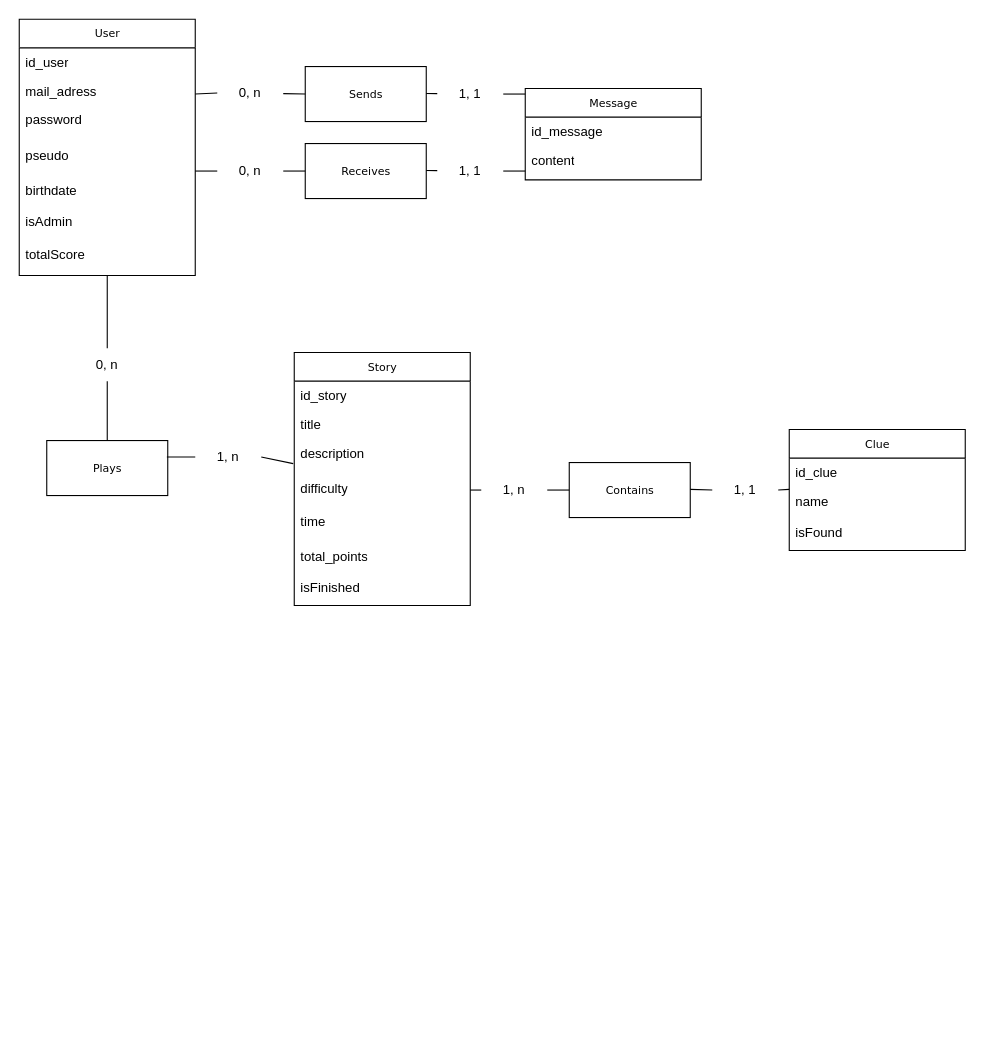
Above: public/MCD_Interface.drawio in EnguerranSGG/Escape_Game_Project (draw.io), before the change. Source tidied: cells renumbered, new cells numbered last; positions are measured from the earlier drawing's top-left corner, leaving out a move shared by most shapes. Both pictures are drawn from the tidied source at 110%, with x=0, y=0 at pixel (19, 19).
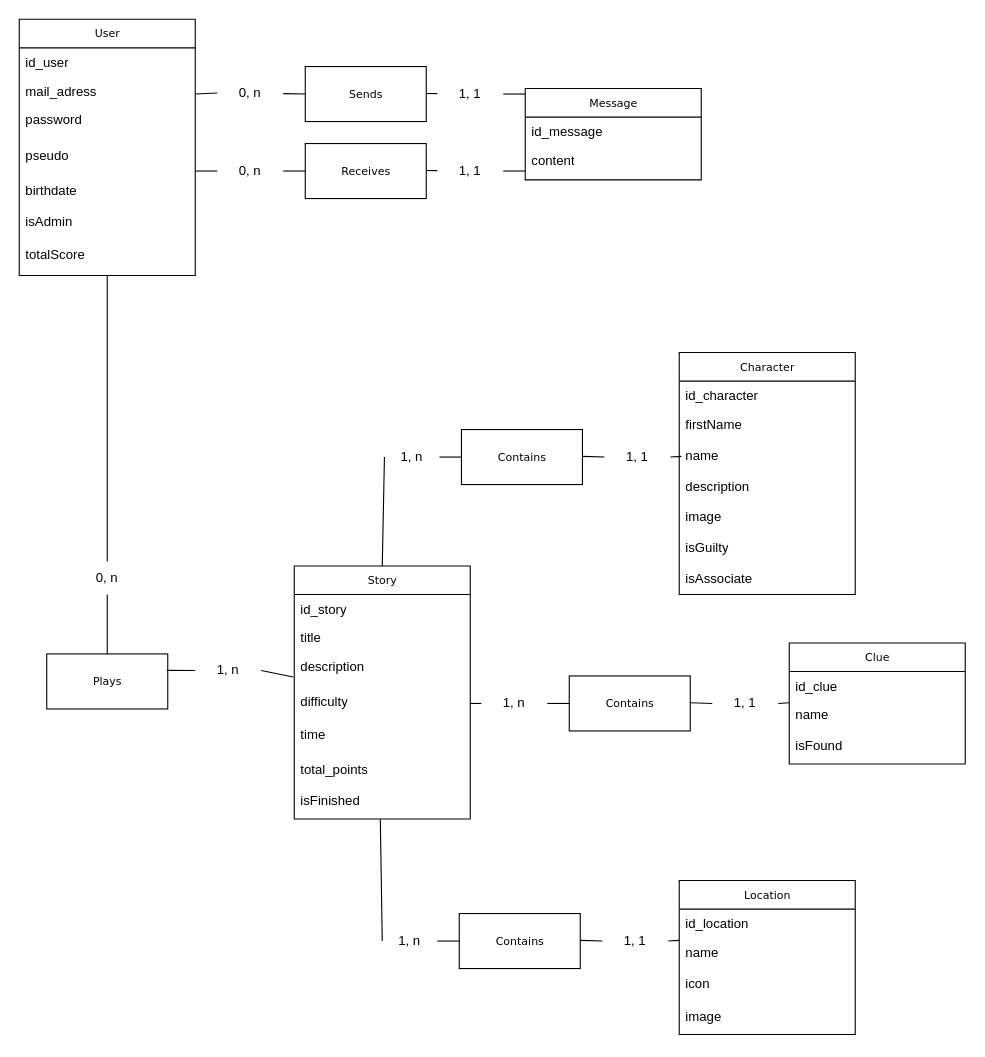
After the change.

Commit message:
Terminate MCD

Unchanged cells that the change refers to:
```xml
<mxCell id="26" value="isFinished" style="text;html=1;strokeColor=none;fillColor=none;align=left;verticalAlign=top;spacingLeft=4;spacingRight=4;whiteSpace=wrap;overflow=hidden;points=[[0,0.5],[1,0.5]];portConstraint=eastwest;" parent="19" vertex="1">
  <mxGeometry y="200" width="160" height="28" as="geometry" />
</mxCell>
```

Diff of the diagram source:
```diff
@@
     <mxCell id="19" value="Story" style="swimlane;html=1;fontStyle=0;horizontal=1;startSize=26;fillColor=none;swimlaneFillColor=#ffffff;rounded=0;shadow=0;comic=0;labelBackgroundColor=none;strokeWidth=1;fontFamily=Verdana;fontSize=10;align=center;" parent="1" vertex="1">
-      <mxGeometry x="250" y="303" width="160" height="230" as="geometry" />
+      <mxGeometry x="250" y="497" width="160" height="230" as="geometry" />
     </mxCell>
@@
     <mxCell id="27" value="Plays" style="html=1;rounded=0;shadow=0;comic=0;labelBackgroundColor=none;strokeWidth=1;fontFamily=Verdana;fontSize=10;align=center;" parent="1" vertex="1">
-      <mxGeometry x="25" y="383" width="110" height="50" as="geometry" />
+      <mxGeometry x="25" y="577" width="110" height="50" as="geometry" />
     </mxCell>
@@
     <mxCell id="30" value="0, n " style="text;html=1;align=center;verticalAlign=middle;whiteSpace=wrap;rounded=0;" parent="1" vertex="1">
-      <mxGeometry x="50" y="299" width="60" height="30" as="geometry" />
+      <mxGeometry x="50" y="493" width="60" height="30" as="geometry" />
     </mxCell>
@@
     <mxCell id="41" value="&lt;div&gt;1, n &lt;/div&gt;" style="text;html=1;align=center;verticalAlign=middle;whiteSpace=wrap;rounded=0;" parent="1" vertex="1">
-      <mxGeometry x="160" y="383" width="60" height="30" as="geometry" />
+      <mxGeometry x="160" y="577" width="60" height="30" as="geometry" />
     </mxCell>
     <mxCell id="42" value="Contains" style="html=1;rounded=0;shadow=0;comic=0;labelBackgroundColor=none;strokeWidth=1;fontFamily=Verdana;fontSize=10;align=center;" parent="1" vertex="1">
-      <mxGeometry x="500" y="403" width="110" height="50" as="geometry" />
+      <mxGeometry x="500" y="597" width="110" height="50" as="geometry" />
     </mxCell>
     <mxCell id="43" value="Clue" style="swimlane;html=1;fontStyle=0;horizontal=1;startSize=26;fillColor=none;swimlaneFillColor=#ffffff;rounded=0;shadow=0;comic=0;labelBackgroundColor=none;strokeWidth=1;fontFamily=Verdana;fontSize=10;align=center;" parent="1" vertex="1">
-      <mxGeometry x="700" y="373" width="160" height="110" as="geometry" />
+      <mxGeometry x="700" y="567" width="160" height="110" as="geometry" />
     </mxCell>
@@
     <mxCell id="48" style="endArrow=none;html=1;rounded=0;entryX=0;entryY=0.5;entryDx=0;entryDy=0;exitX=1;exitY=0.5;exitDx=0;exitDy=0;" parent="1" edge="1" source="52">
       <mxGeometry relative="1" as="geometry">
-        <mxPoint x="700" y="427.4" as="targetPoint" />
+        <mxPoint x="700" y="621.4" as="targetPoint" />
       </mxGeometry>
     </mxCell>
@@
     <mxCell id="50" value="&lt;div&gt;1, n &lt;/div&gt;" style="text;html=1;align=center;verticalAlign=middle;whiteSpace=wrap;rounded=0;" parent="1" vertex="1">
-      <mxGeometry x="420" y="413" width="60" height="30" as="geometry" />
+      <mxGeometry x="420" y="607" width="60" height="30" as="geometry" />
     </mxCell>
     <mxCell id="51" style="endArrow=none;html=1;rounded=0;entryX=0;entryY=0.5;entryDx=0;entryDy=0;exitX=1;exitY=0.5;exitDx=0;exitDy=0;" parent="1" edge="1" target="52">
       <mxGeometry relative="1" as="geometry">
-        <mxPoint x="610" y="427.4" as="sourcePoint" />
+        <mxPoint x="610" y="621.4" as="sourcePoint" />
       </mxGeometry>
     </mxCell>
     <mxCell id="52" value="&lt;div&gt;1, 1 &lt;/div&gt;" style="text;html=1;align=center;verticalAlign=middle;whiteSpace=wrap;rounded=0;" parent="1" vertex="1">
-      <mxGeometry x="630" y="413" width="60" height="30" as="geometry" />
+      <mxGeometry x="630" y="607" width="60" height="30" as="geometry" />
     </mxCell>
+    <mxCell id="53" value="Contains" style="html=1;rounded=0;shadow=0;comic=0;labelBackgroundColor=none;strokeWidth=1;fontFamily=Verdana;fontSize=10;align=center;" parent="1" vertex="1">
+      <mxGeometry x="400" y="813" width="110" height="50" as="geometry" />
+    </mxCell>
+    <mxCell id="54" value="Location" style="swimlane;html=1;fontStyle=0;horizontal=1;startSize=26;fillColor=none;swimlaneFillColor=#ffffff;rounded=0;shadow=0;comic=0;labelBackgroundColor=none;strokeWidth=1;fontFamily=Verdana;fontSize=10;align=center;" parent="1" vertex="1">
+      <mxGeometry x="600" y="783" width="160" height="140" as="geometry" />
+    </mxCell>
+    <mxCell id="55" value="id_location" style="text;html=1;strokeColor=none;fillColor=none;align=left;verticalAlign=top;spacingLeft=4;spacingRight=4;whiteSpace=wrap;overflow=hidden;" parent="54" vertex="1">
+      <mxGeometry y="26" width="160" height="26" as="geometry" />
+    </mxCell>
+    <mxCell id="56" value="name" style="text;html=1;strokeColor=none;fillColor=none;align=left;verticalAlign=top;spacingLeft=4;spacingRight=4;whiteSpace=wrap;overflow=hidden;" parent="54" vertex="1">
+      <mxGeometry y="52" width="160" height="28" as="geometry" />
+    </mxCell>
+    <mxCell id="57" value="icon" style="text;html=1;strokeColor=none;fillColor=none;align=left;verticalAlign=top;spacingLeft=4;spacingRight=4;whiteSpace=wrap;overflow=hidden;" parent="54" vertex="1">
+      <mxGeometry y="80" width="160" height="30" as="geometry" />
+    </mxCell>
+    <mxCell id="58" value="image" style="text;html=1;strokeColor=none;fillColor=none;align=left;verticalAlign=top;spacingLeft=4;spacingRight=4;whiteSpace=wrap;overflow=hidden;" parent="54" vertex="1">
+      <mxGeometry y="110" width="160" height="30" as="geometry" />
+    </mxCell>
+    <mxCell id="59" style="endArrow=none;html=1;rounded=0;entryX=0;entryY=0.5;entryDx=0;entryDy=0;exitX=1;exitY=0.5;exitDx=0;exitDy=0;" parent="1" edge="1" source="62" target="53">
+      <mxGeometry relative="1" as="geometry" />
+    </mxCell>
+    <mxCell id="60" style="endArrow=none;html=1;rounded=0;entryX=0;entryY=0.5;entryDx=0;entryDy=0;exitX=1;exitY=0.5;exitDx=0;exitDy=0;" parent="1" edge="1" source="64">
+      <mxGeometry relative="1" as="geometry">
+        <mxPoint x="600" y="837.4" as="targetPoint" />
+      </mxGeometry>
+    </mxCell>
+    <mxCell id="61" style="endArrow=none;html=1;rounded=0;entryX=0;entryY=0.5;entryDx=0;entryDy=0;exitX=0.489;exitY=1.085;exitDx=0;exitDy=0;exitPerimeter=0;" parent="1" edge="1" source="26" target="62">
+      <mxGeometry relative="1" as="geometry" />
+    </mxCell>
+    <mxCell id="62" value="&lt;div&gt;1, n &lt;/div&gt;" style="text;html=1;align=center;verticalAlign=middle;whiteSpace=wrap;rounded=0;" parent="1" vertex="1">
+      <mxGeometry x="330" y="823" width="50" height="30" as="geometry" />
+    </mxCell>
+    <mxCell id="63" style="endArrow=none;html=1;rounded=0;entryX=0;entryY=0.5;entryDx=0;entryDy=0;exitX=1;exitY=0.5;exitDx=0;exitDy=0;" parent="1" edge="1" target="64">
+      <mxGeometry relative="1" as="geometry">
+        <mxPoint x="510" y="837.4" as="sourcePoint" />
+      </mxGeometry>
+    </mxCell>
+    <mxCell id="64" value="&lt;div&gt;1, 1 &lt;/div&gt;" style="text;html=1;align=center;verticalAlign=middle;whiteSpace=wrap;rounded=0;" parent="1" vertex="1">
+      <mxGeometry x="530" y="823" width="60" height="30" as="geometry" />
+    </mxCell>
+    <mxCell id="65" value="Contains" style="html=1;rounded=0;shadow=0;comic=0;labelBackgroundColor=none;strokeWidth=1;fontFamily=Verdana;fontSize=10;align=center;" parent="1" vertex="1">
+      <mxGeometry x="402" y="373" width="110" height="50" as="geometry" />
+    </mxCell>
+    <mxCell id="66" value="Character" style="swimlane;html=1;fontStyle=0;horizontal=1;startSize=26;fillColor=none;swimlaneFillColor=#ffffff;rounded=0;shadow=0;comic=0;labelBackgroundColor=none;strokeWidth=1;fontFamily=Verdana;fontSize=10;align=center;" parent="1" vertex="1">
+      <mxGeometry x="600" y="303" width="160" height="220" as="geometry" />
+    </mxCell>
+    <mxCell id="67" value="id_character" style="text;html=1;strokeColor=none;fillColor=none;align=left;verticalAlign=top;spacingLeft=4;spacingRight=4;whiteSpace=wrap;overflow=hidden;" parent="66" vertex="1">
+      <mxGeometry y="26" width="160" height="26" as="geometry" />
+    </mxCell>
+    <mxCell id="68" value="firstName" style="text;html=1;strokeColor=none;fillColor=none;align=left;verticalAlign=top;spacingLeft=4;spacingRight=4;whiteSpace=wrap;overflow=hidden;" parent="66" vertex="1">
+      <mxGeometry y="52" width="160" height="28" as="geometry" />
+    </mxCell>
+    <mxCell id="69" value="name" style="text;html=1;strokeColor=none;fillColor=none;align=left;verticalAlign=top;spacingLeft=4;spacingRight=4;whiteSpace=wrap;overflow=hidden;" parent="66" vertex="1">
+      <mxGeometry y="80" width="160" height="28" as="geometry" />
+    </mxCell>
+    <mxCell id="70" value="description" style="text;html=1;strokeColor=none;fillColor=none;align=left;verticalAlign=top;spacingLeft=4;spacingRight=4;whiteSpace=wrap;overflow=hidden;" parent="66" vertex="1">
+      <mxGeometry y="108" width="160" height="28" as="geometry" />
+    </mxCell>
+    <mxCell id="71" value="image" style="text;html=1;strokeColor=none;fillColor=none;align=left;verticalAlign=top;spacingLeft=4;spacingRight=4;whiteSpace=wrap;overflow=hidden;" parent="66" vertex="1">
+      <mxGeometry y="136" width="160" height="28" as="geometry" />
+    </mxCell>
+    <mxCell id="72" value="isGuilty" style="text;html=1;strokeColor=none;fillColor=none;align=left;verticalAlign=top;spacingLeft=4;spacingRight=4;whiteSpace=wrap;overflow=hidden;" parent="66" vertex="1">
+      <mxGeometry y="164" width="160" height="28" as="geometry" />
+    </mxCell>
+    <mxCell id="73" value="isAssociate" style="text;html=1;strokeColor=none;fillColor=none;align=left;verticalAlign=top;spacingLeft=4;spacingRight=4;whiteSpace=wrap;overflow=hidden;" parent="66" vertex="1">
+      <mxGeometry y="192" width="160" height="28" as="geometry" />
+    </mxCell>
+    <mxCell id="74" style="endArrow=none;html=1;rounded=0;entryX=0;entryY=0.5;entryDx=0;entryDy=0;exitX=1;exitY=0.5;exitDx=0;exitDy=0;" parent="1" edge="1" source="77" target="65">
+      <mxGeometry relative="1" as="geometry" />
+    </mxCell>
+    <mxCell id="75" style="endArrow=none;html=1;rounded=0;entryX=0;entryY=0.5;entryDx=0;entryDy=0;exitX=1;exitY=0.5;exitDx=0;exitDy=0;" parent="1" edge="1" source="79">
+      <mxGeometry relative="1" as="geometry">
+        <mxPoint x="602" y="397.4" as="targetPoint" />
+      </mxGeometry>
+    </mxCell>
+    <mxCell id="76" style="endArrow=none;html=1;rounded=0;entryX=0;entryY=0.5;entryDx=0;entryDy=0;exitX=0.5;exitY=0;exitDx=0;exitDy=0;" parent="1" edge="1" source="19" target="77">
+      <mxGeometry relative="1" as="geometry" />
+    </mxCell>
+    <mxCell id="77" value="&lt;div&gt;1, n &lt;/div&gt;" style="text;html=1;align=center;verticalAlign=middle;whiteSpace=wrap;rounded=0;" parent="1" vertex="1">
+      <mxGeometry x="332" y="383" width="50" height="30" as="geometry" />
+    </mxCell>
+    <mxCell id="78" style="endArrow=none;html=1;rounded=0;entryX=0;entryY=0.5;entryDx=0;entryDy=0;exitX=1;exitY=0.5;exitDx=0;exitDy=0;" parent="1" edge="1" target="79">
+      <mxGeometry relative="1" as="geometry">
+        <mxPoint x="512" y="397.4" as="sourcePoint" />
+      </mxGeometry>
+    </mxCell>
+    <mxCell id="79" value="&lt;div&gt;1, 1 &lt;/div&gt;" style="text;html=1;align=center;verticalAlign=middle;whiteSpace=wrap;rounded=0;" parent="1" vertex="1">
+      <mxGeometry x="532" y="383" width="60" height="30" as="geometry" />
+    </mxCell>
```
